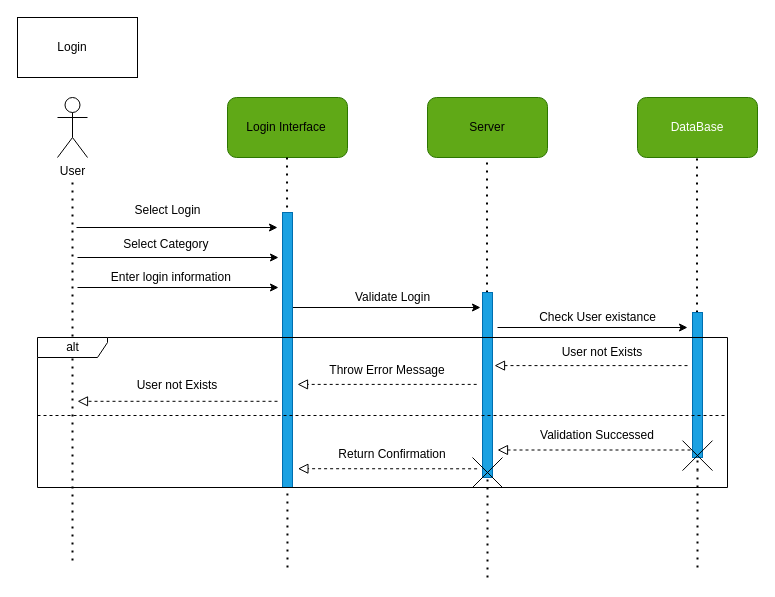
Above: UseCase_Diagram/Sisay/login.dio in Nama21yo/SDS-EMR (draw.io), before the change. Source tidied: cells renumbered, new cells numbered last; positions are measured from the earlier drawing's top-left corner, leaving out a move shared by most shapes. Both pictures are drawn from the tidied source at 100%, with x=0, y=0 at pixel (17, 17).
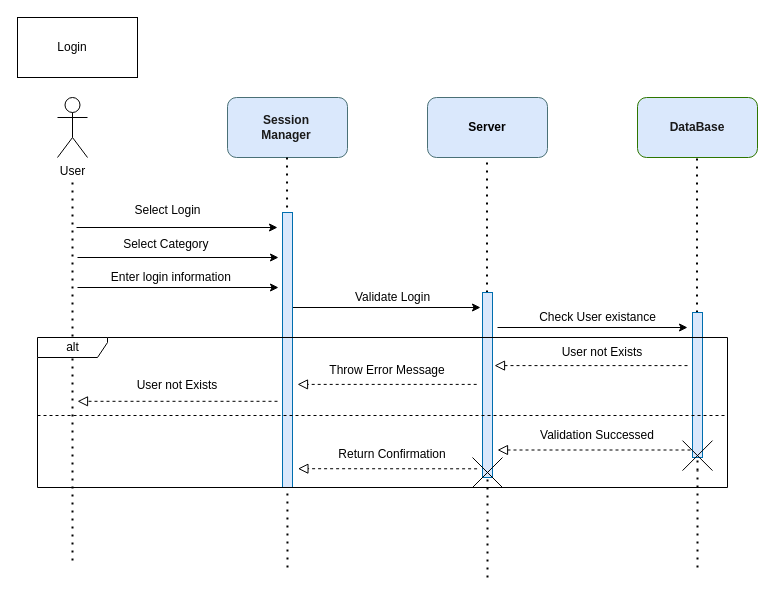
Above is the later version.

Change to the diagram source:
```diff
@@
-    <mxCell id="7" style="rounded=1;whiteSpace=wrap;html=1;fillColor=#60a917;fontColor=#ffffff;strokeColor=#2D7600;" parent="1" vertex="1">
+    <mxCell id="7" style="rounded=1;whiteSpace=wrap;html=1;fillColor=#DAE8FC;fontColor=#ffffff;strokeColor=#4A7076;" parent="1" vertex="1">
       <mxGeometry x="210" y="80" width="120" height="60" as="geometry" />
     </mxCell>
-    <mxCell id="8" style="rounded=1;whiteSpace=wrap;html=1;fillColor=#60a917;fontColor=#ffffff;strokeColor=#2D7600;" parent="1" vertex="1">
-      <mxGeometry x="410" y="80" width="120" height="60" as="geometry" />
-    </mxCell>
-    <mxCell id="9" value="DataBase" style="rounded=1;whiteSpace=wrap;html=1;fillColor=#60a917;fontColor=#ffffff;strokeColor=#2D7600;" parent="1" vertex="1">
+    <mxCell id="9" value="&lt;font color=&quot;#1a1a1a&quot;&gt;&lt;b&gt;DataBase&lt;/b&gt;&lt;/font&gt;" style="rounded=1;whiteSpace=wrap;html=1;fillColor=#DAE8FC;fontColor=#ffffff;strokeColor=#2D7600;" parent="1" vertex="1">
       <mxGeometry x="620" y="80" width="120" height="60" as="geometry" />
     </mxCell>
-    <mxCell id="10" value="Login Interface" style="text;html=1;align=center;verticalAlign=middle;whiteSpace=wrap;rounded=0;" parent="1" vertex="1">
+    <mxCell id="10" value="&lt;font color=&quot;#1a1a1a&quot;&gt;&lt;b&gt;Session Manager&lt;/b&gt;&lt;/font&gt;" style="text;html=1;align=center;verticalAlign=middle;whiteSpace=wrap;rounded=0;" parent="1" vertex="1">
       <mxGeometry x="224" y="95" width="90" height="30" as="geometry" />
     </mxCell>
-    <mxCell id="11" value="Server" style="text;html=1;strokeColor=none;fillColor=none;align=center;verticalAlign=middle;whiteSpace=wrap;rounded=0;" parent="1" vertex="1">
-      <mxGeometry x="440" y="95" width="60" height="30" as="geometry" />
-    </mxCell>
@@
-    <mxCell id="24" style="html=1;perimeter=orthogonalPerimeter;fillColor=#1ba1e2;fontColor=#ffffff;strokeColor=#006EAF;" parent="1" vertex="1">
+    <mxCell id="24" style="html=1;perimeter=orthogonalPerimeter;fillColor=#DAE8FC;fontColor=#ffffff;strokeColor=#006EAF;" parent="1" vertex="1">
       <mxGeometry x="265" y="195" width="10" height="275" as="geometry" />
     </mxCell>
@@
-    <mxCell id="26" style="html=1;points=[];perimeter=orthogonalPerimeter;fillColor=#1ba1e2;fontColor=#ffffff;strokeColor=#006EAF;" parent="1" vertex="1">
+    <mxCell id="26" style="html=1;points=[];perimeter=orthogonalPerimeter;fillColor=#DAE8FC;fontColor=#ffffff;strokeColor=#006EAF;" parent="1" vertex="1">
       <mxGeometry x="465" y="275" width="10" height="185" as="geometry" />
     </mxCell>
@@
-    <mxCell id="28" style="html=1;points=[];perimeter=orthogonalPerimeter;fillColor=#1ba1e2;fontColor=#ffffff;strokeColor=#006EAF;" parent="1" vertex="1">
+    <mxCell id="28" style="html=1;points=[];perimeter=orthogonalPerimeter;fillColor=#DAE8FC;fontColor=#ffffff;strokeColor=#006EAF;" parent="1" vertex="1">
       <mxGeometry x="675" y="295" width="10" height="145" as="geometry" />
     </mxCell>
@@
+    <mxCell id="11" value="&lt;font color=&quot;#000000&quot;&gt;&lt;b&gt;Server&lt;/b&gt;&lt;/font&gt;" style="rounded=1;whiteSpace=wrap;html=1;fillColor=#DAE8FC;fontColor=#ffffff;strokeColor=#4A7076;" parent="1" vertex="1">
+      <mxGeometry x="410" y="80" width="120" height="60" as="geometry" />
+    </mxCell>
```
